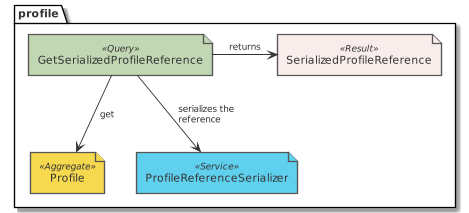
Earlier version of the PlantUML export paper/design_profile_eventstorming_get_serialized_reference.png (tmorin/dorders).
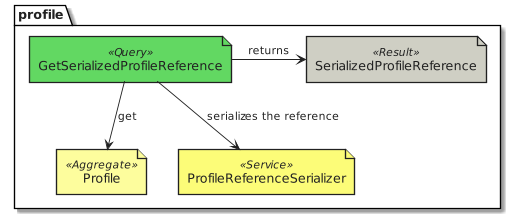
The same file after the commit.

Diff of the diagram source:
```diff
@@ -1,11 +1,10 @@
 @startuml design_profile_eventstorming_get_serialized_reference
-!include common.puml
-!include ../.gdiag/plantuml-libs/eventstorming/eventstorming-all.puml
+!include common.eventstorming.puml
 package profile {
-  query('GetSerializedProfileReference')
-  aggregate('Profile')
-  service('ProfileReferenceSerializer')
-  result('SerializedProfileReference')
+  Query('GetSerializedProfileReference')
+  Aggregate('Profile')
+  Service('ProfileReferenceSerializer')
+  Result('SerializedProfileReference')
 }
 GetSerializedProfileReference --> Profile : get
 GetSerializedProfileReference --> ProfileReferenceSerializer : serializes the reference
```
